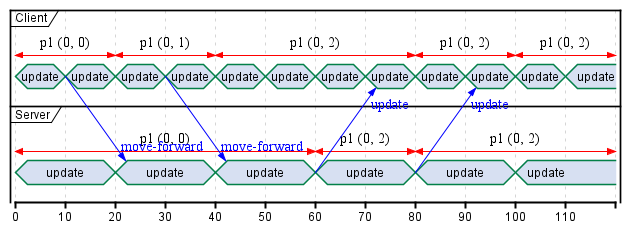
Above: doc/Multiplayer/images/Server Reconciliation - Timing.png in ProfPorkins/GameTech (PlantUML), before the change.
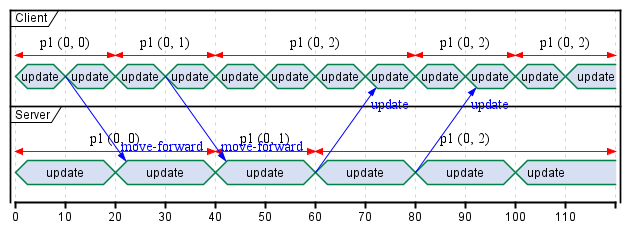
After the commit.

What changed in the source:
```diff
@@ -33,8 +33,8 @@
 +20 is update
 Server -> Client@+12 : update
 +20 is update
-Server@0 <-> @60 : p1 (0, 0)
-Server@60 <-> @80 : p1 (0, 2)
-Server@80 <-> @120 : p1 (0, 2)
+Server@0 <-> @40 : p1 (0, 0)
+Server@40 <-> @60 : p1 (0, 1)
+Server@60 <-> @120 : p1 (0, 2)
 
 @enduml
```
